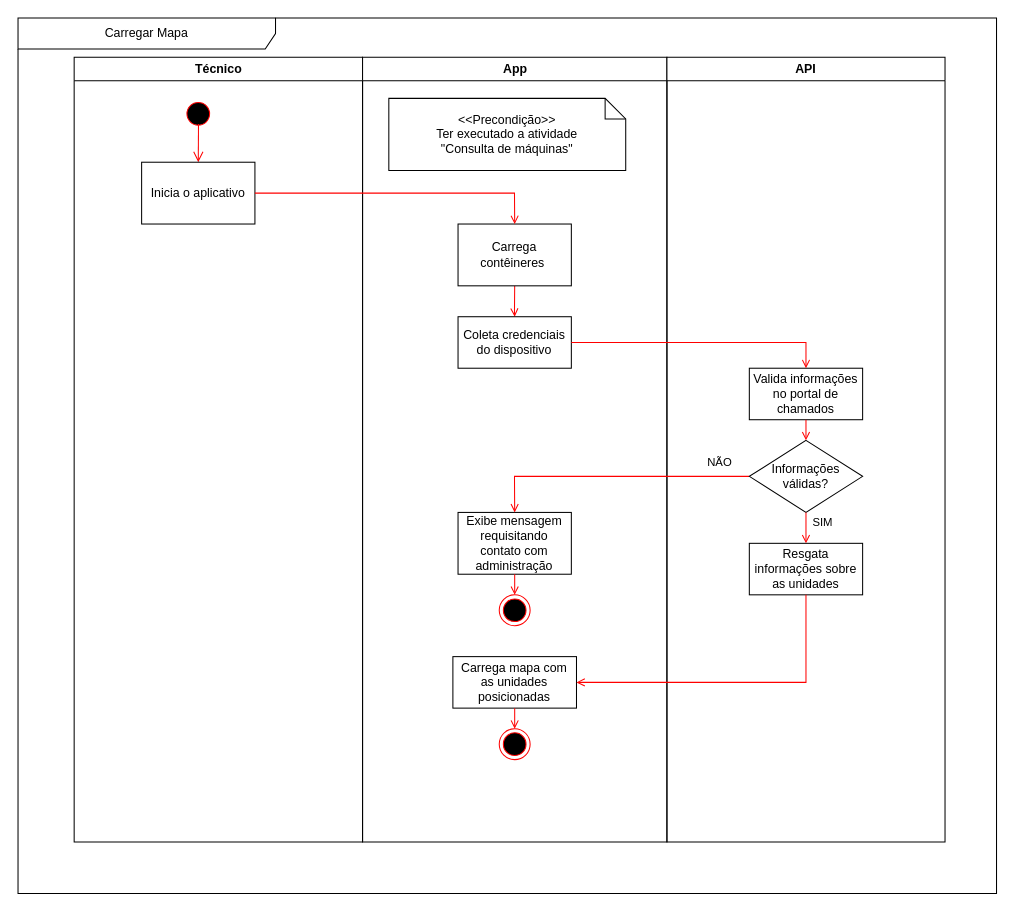
DanielRM07/TCC keeps this draw.io diagram as atv_carregar_mapa.drawio. Above is the earlier version. Source tidied: cells renumbered, new cells numbered last; positions are measured from the earlier drawing's top-left corner, leaving out a move shared by most shapes. Both pictures are drawn from the tidied source at 103%, with x=0, y=0 at pixel (18, 18).
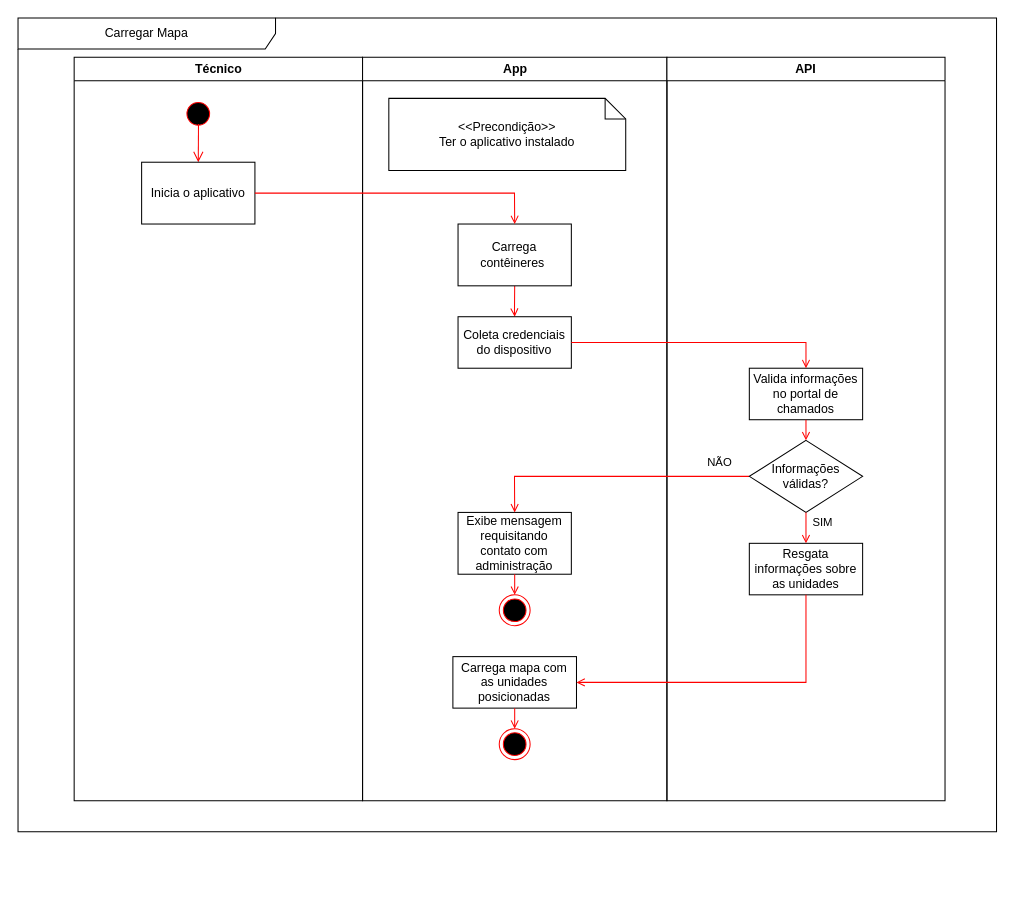
After the change.

Change to the diagram source:
```diff
@@
     <mxCell id="2" value="Técnico" style="swimlane;whiteSpace=wrap;" parent="1" vertex="1">
-      <mxGeometry x="54.5" y="38" width="280" height="762" as="geometry" />
+      <mxGeometry x="54.5" y="38" width="280" height="722" as="geometry" />
     </mxCell>
     <mxCell id="3" value="App" style="swimlane;whiteSpace=wrap;" parent="1" vertex="1">
-      <mxGeometry x="334.5" y="38" width="295.5" height="762" as="geometry" />
+      <mxGeometry x="334.5" y="38" width="295.5" height="722" as="geometry" />
     </mxCell>
     <mxCell id="4" value="API" style="swimlane;whiteSpace=wrap;" parent="1" vertex="1">
-      <mxGeometry x="630" y="38" width="270" height="762" as="geometry" />
+      <mxGeometry x="630" y="38" width="270" height="722" as="geometry" />
     </mxCell>
@@
     <mxCell id="6" value="Carregar Mapa" style="shape=umlFrame;whiteSpace=wrap;html=1;width=250;height=30;" parent="1" vertex="1">
-      <mxGeometry width="950" height="850" as="geometry" />
+      <mxGeometry width="950" height="790" as="geometry" />
     </mxCell>
@@
-    <mxCell id="8" value="&amp;lt;&amp;lt;Precondição&amp;gt;&amp;gt;&lt;div&gt;Ter executado a atividade&lt;br&gt;&quot;Consulta de máquinas&quot;&lt;br&gt;&lt;/div&gt;" style="shape=note;size=20;whiteSpace=wrap;html=1;" parent="1" vertex="1">
+    <mxCell id="8" value="&amp;lt;&amp;lt;Precondição&amp;gt;&amp;gt;&lt;div&gt;Ter o aplicativo instalado&lt;br&gt;&lt;/div&gt;" style="shape=note;size=20;whiteSpace=wrap;html=1;" parent="1" vertex="1">
       <mxGeometry x="360" y="78" width="230" height="70" as="geometry" />
     </mxCell>
```
